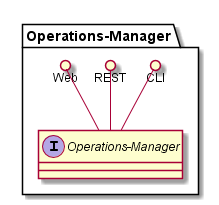
The PlantUML diagram docs/Solution/Operations-Manager/Logical.png in CAADE/C3, before a commit.
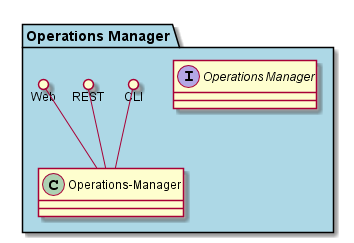
The same diagram one commit later.

Change to the diagram source:
```diff
@@ -1,7 +1,7 @@
 @startuml
 
-package "Operations-Manager" {
-    interface "Operations-Manager" {
+package "Operations Manager" #lightblue {
+    interface "Operations Manager" {
 
     }
     CLI ()-- "Operations-Manager"
```
